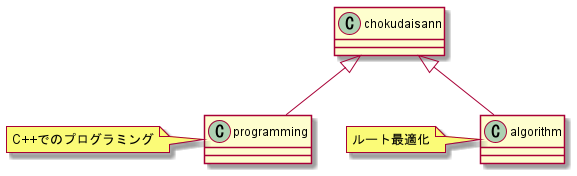
Before: out/GeekFes2022Spring/mysummary/deepsea.png, a diagram exported from PlantUML (sakuriver/TechReport). The source it was exported from:
```plantuml
@startuml deepsea
chokudaisann <|-- programming
note left of programming: C++でのプログラミング
chokudaisann <|-- algorithm
note left of algorithm: ルート最適化
@enduml
```
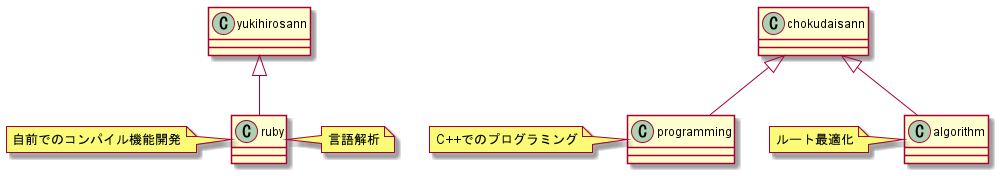
The same diagram one commit later.

What changed in the source:
```diff
@@ -1,4 +1,10 @@
 @startuml deepsea
+
+yukihirosann <|-- ruby
+note left of ruby: 自前でのコンパイル機能開発
+note right of ruby: 言語解析
+
+
 chokudaisann <|-- programming
 note left of programming: C++でのプログラミング
 chokudaisann <|-- algorithm
```
